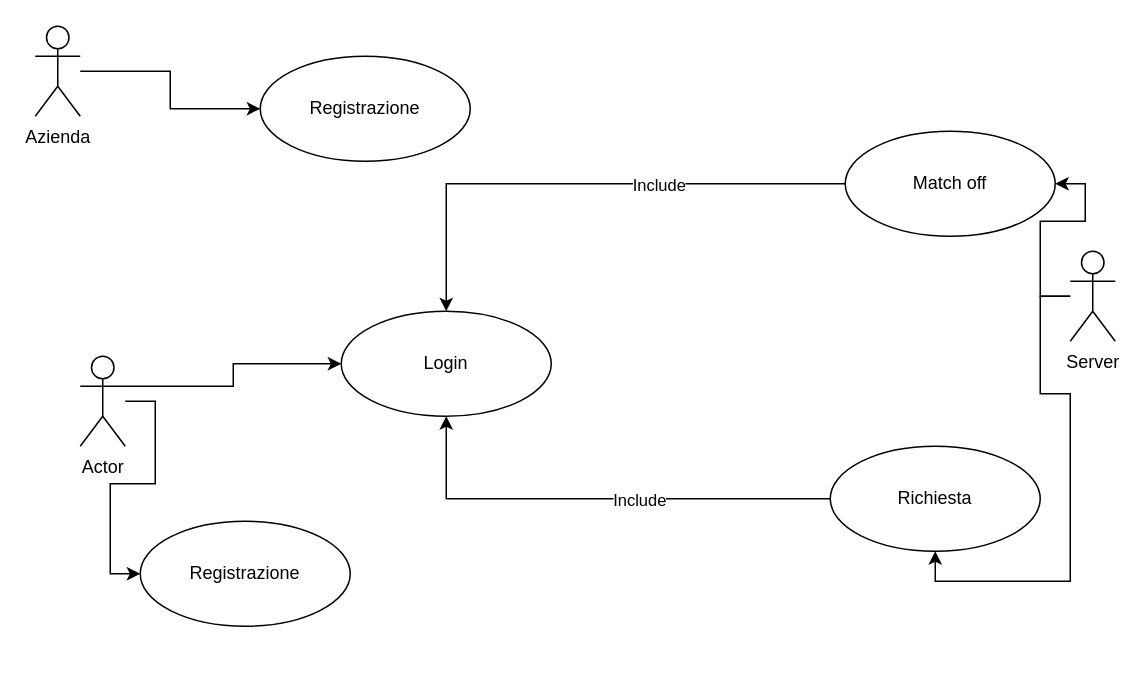
markBatti/TPSIT-serio keeps this draw.io diagram as Es10inClasse.drawio. Above is the earlier version. Source tidied: cells renumbered, new cells numbered last; positions are measured from the earlier drawing's top-left corner, leaving out a move shared by most shapes. Both pictures are drawn from the tidied source at 150%, with x=0, y=0 at pixel (34, 26).
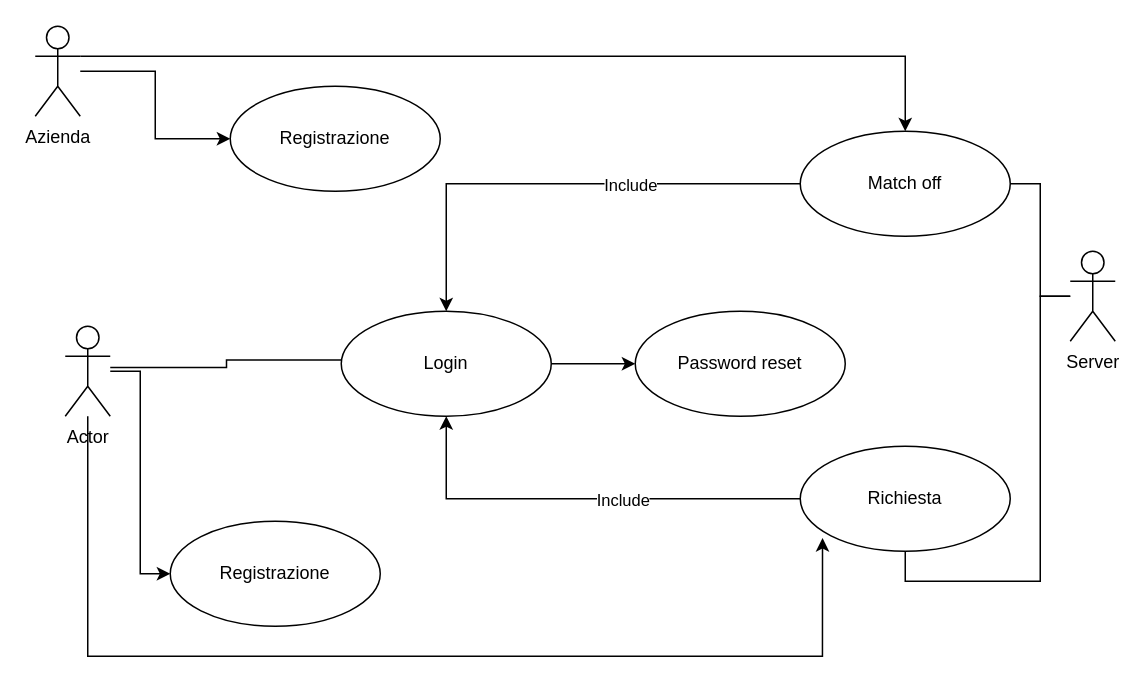
Above is the later version.

Unchanged cells that the change refers to:
```xml
<mxCell id="7" value="Server" style="shape=umlActor;verticalLabelPosition=bottom;verticalAlign=top;html=1;outlineConnect=0;" parent="1" vertex="1">
  <mxGeometry x="690" y="150" width="30" height="60" as="geometry" />
</mxCell>
<mxCell id="16" value="Azienda" style="shape=umlActor;verticalLabelPosition=bottom;verticalAlign=top;html=1;" parent="1" vertex="1">
  <mxGeometry width="30" height="60" as="geometry" />
</mxCell>
<mxCell id="18" value="Login" style="ellipse;whiteSpace=wrap;html=1;" parent="1" vertex="1">
  <mxGeometry x="204" y="190" width="140" height="70" as="geometry" />
</mxCell>
```

The edit, as a diff of the source:
```diff
@@
-    <mxCell id="2" style="edgeStyle=orthogonalEdgeStyle;rounded=0;jettySize=auto;html=1;exitX=1;exitY=0.3333333333333333;exitDx=0;exitDy=0;exitPerimeter=0;entryX=0;entryY=0.5;entryDx=0;entryDy=0;" parent="1" edge="1" source="4" target="18">
-      <mxGeometry relative="1" as="geometry" />
+    <mxCell id="2" style="edgeStyle=orthogonalEdgeStyle;rounded=0;orthogonalLoop=1;jettySize=auto;html=1;entryX=0;entryY=0.5;entryDx=0;entryDy=0;endArrow=none;endFill=0;" parent="1" edge="1">
+      <mxGeometry x="0.01" relative="1" as="geometry">
+        <mxPoint x="50" y="227.5" as="sourcePoint" />
+        <mxPoint x="204" y="222.5" as="targetPoint" />
+        <Array as="points">
+          <mxPoint x="127.5" y="227.5" />
+          <mxPoint x="127.5" y="222.5" />
+        </Array>
+      </mxGeometry>
     </mxCell>
@@
+    <mxCell id="19" style="edgeStyle=orthogonalEdgeStyle;rounded=0;jettySize=auto;html=1;entryX=0.106;entryY=0.874;entryDx=0;entryDy=0;entryPerimeter=0;" parent="1" edge="1" source="4" target="13">
+      <mxGeometry x="0.05" relative="1" as="geometry">
+        <Array as="points">
+          <mxPoint x="35" y="420" />
+          <mxPoint x="524.8" y="420" />
+        </Array>
+      </mxGeometry>
+    </mxCell>
     <mxCell id="4" value="Actor" style="shape=umlActor;verticalLabelPosition=bottom;verticalAlign=top;html=1;outlineConnect=0;" parent="1" vertex="1">
-      <mxGeometry x="30" y="220" width="30" height="60" as="geometry" />
+      <mxGeometry x="20" y="200" width="30" height="60" as="geometry" />
     </mxCell>
-    <mxCell id="5" style="edgeStyle=orthogonalEdgeStyle;rounded=0;jettySize=auto;html=1;entryX=1;entryY=0.5;entryDx=0;entryDy=0;" parent="1" edge="1" source="7" target="10">
-      <mxGeometry relative="1" as="geometry" />
+    <mxCell id="5" style="edgeStyle=orthogonalEdgeStyle;rounded=0;jettySize=auto;html=1;entryX=1;entryY=0.5;entryDx=0;entryDy=0;endArrow=none;endFill=0;" parent="1" edge="1" source="7" target="10">
+      <mxGeometry x="0.01" relative="1" as="geometry" />
     </mxCell>
-    <mxCell id="6" style="edgeStyle=orthogonalEdgeStyle;rounded=0;jettySize=auto;html=1;entryX=0.5;entryY=1;entryDx=0;entryDy=0;" parent="1" edge="1" source="7" target="13">
+    <mxCell id="6" style="edgeStyle=orthogonalEdgeStyle;rounded=0;jettySize=auto;html=1;entryX=0.5;entryY=1;entryDx=0;entryDy=0;endArrow=none;endFill=0;" parent="1" edge="1" source="7" target="13">
       <mxGeometry relative="1" as="geometry" />
     </mxCell>
@@
     <mxCell id="10" value="Match off" style="ellipse;whiteSpace=wrap;html=1;" parent="1" vertex="1">
-      <mxGeometry x="540" y="70" width="140" height="70" as="geometry" />
+      <mxGeometry x="510" y="70" width="140" height="70" as="geometry" />
     </mxCell>
@@
     <mxCell id="13" value="Richiesta" style="ellipse;whiteSpace=wrap;html=1;" parent="1" vertex="1">
-      <mxGeometry x="530" y="280" width="140" height="70" as="geometry" />
+      <mxGeometry x="510" y="280" width="140" height="70" as="geometry" />
     </mxCell>
     <mxCell id="14" value="Registrazione" style="ellipse;whiteSpace=wrap;html=1;" parent="1" vertex="1">
-      <mxGeometry x="70" y="330" width="140" height="70" as="geometry" />
+      <mxGeometry x="90" y="330" width="140" height="70" as="geometry" />
     </mxCell>
@@
+    <mxCell id="20" style="edgeStyle=orthogonalEdgeStyle;rounded=0;jettySize=auto;html=1;exitX=1;exitY=0.3333333333333333;exitDx=0;exitDy=0;exitPerimeter=0;entryX=0.5;entryY=0;entryDx=0;entryDy=0;" parent="1" edge="1" source="16" target="10">
+      <mxGeometry relative="1" as="geometry" />
+    </mxCell>
@@
     <mxCell id="17" value="Registrazione" style="ellipse;whiteSpace=wrap;html=1;" parent="1" vertex="1">
-      <mxGeometry x="150" y="20" width="140" height="70" as="geometry" />
+      <mxGeometry x="130" y="40" width="140" height="70" as="geometry" />
     </mxCell>
+    <mxCell id="21" style="edgeStyle=orthogonalEdgeStyle;rounded=0;jettySize=auto;html=1;exitX=1;exitY=0.5;exitDx=0;exitDy=0;entryX=0;entryY=0.5;entryDx=0;entryDy=0;" parent="1" edge="1" source="18" target="22">
+      <mxGeometry relative="1" as="geometry" />
+    </mxCell>
@@
+    <mxCell id="22" value="Password reset" style="ellipse;whiteSpace=wrap;html=1;" parent="1" vertex="1">
+      <mxGeometry x="400" y="190" width="140" height="70" as="geometry" />
+    </mxCell>
```
